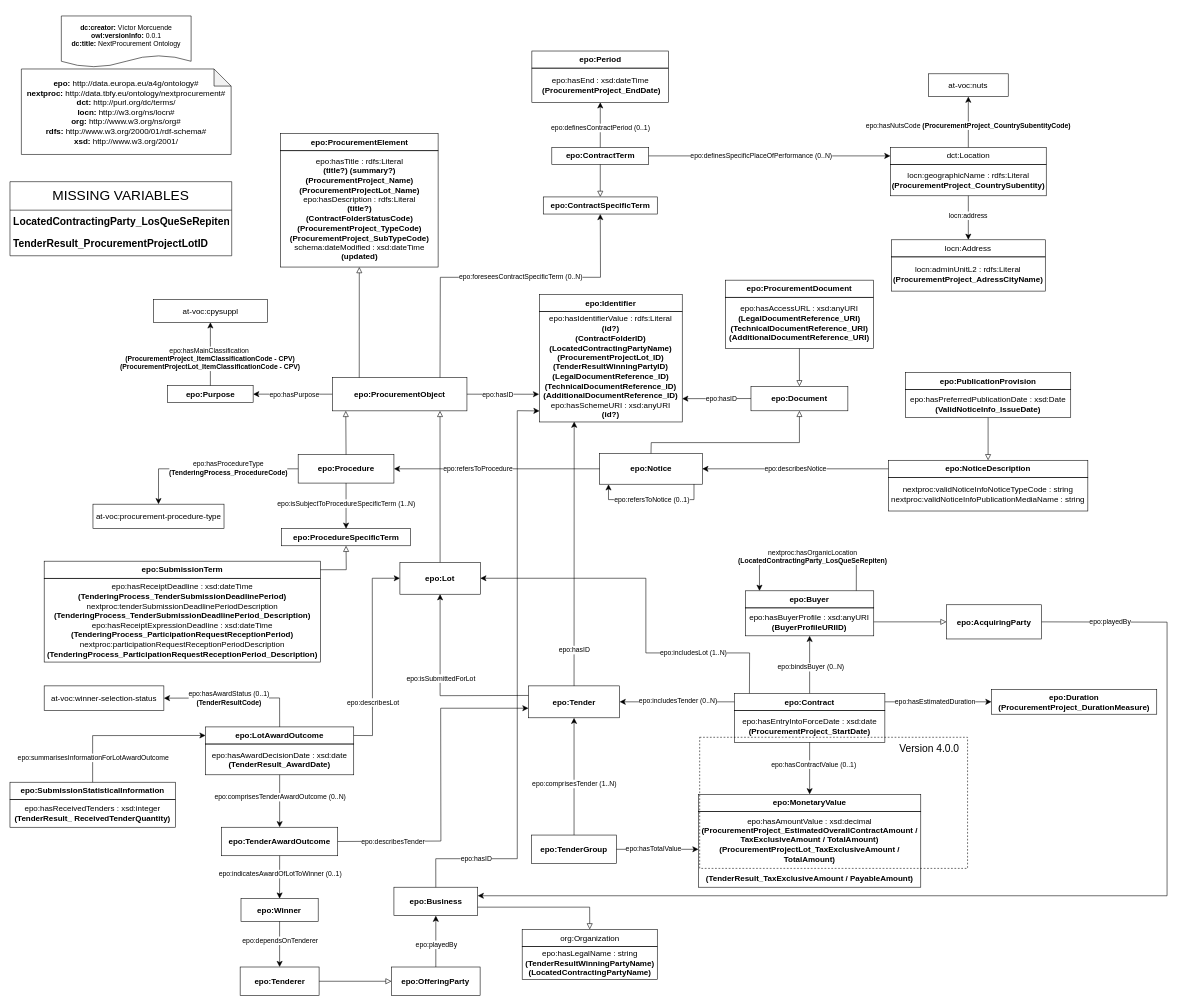
nextprocurement/mappings keeps this draw.io diagram as Outsiders Diagram.drawio. Above is the earlier version. Source tidied: cells renumbered, new cells numbered last; positions are measured from the earlier drawing's top-left corner, leaving out a move shared by most shapes. Both pictures are drawn from the tidied source at 57%, with x=0, y=0 at pixel (10, 16).
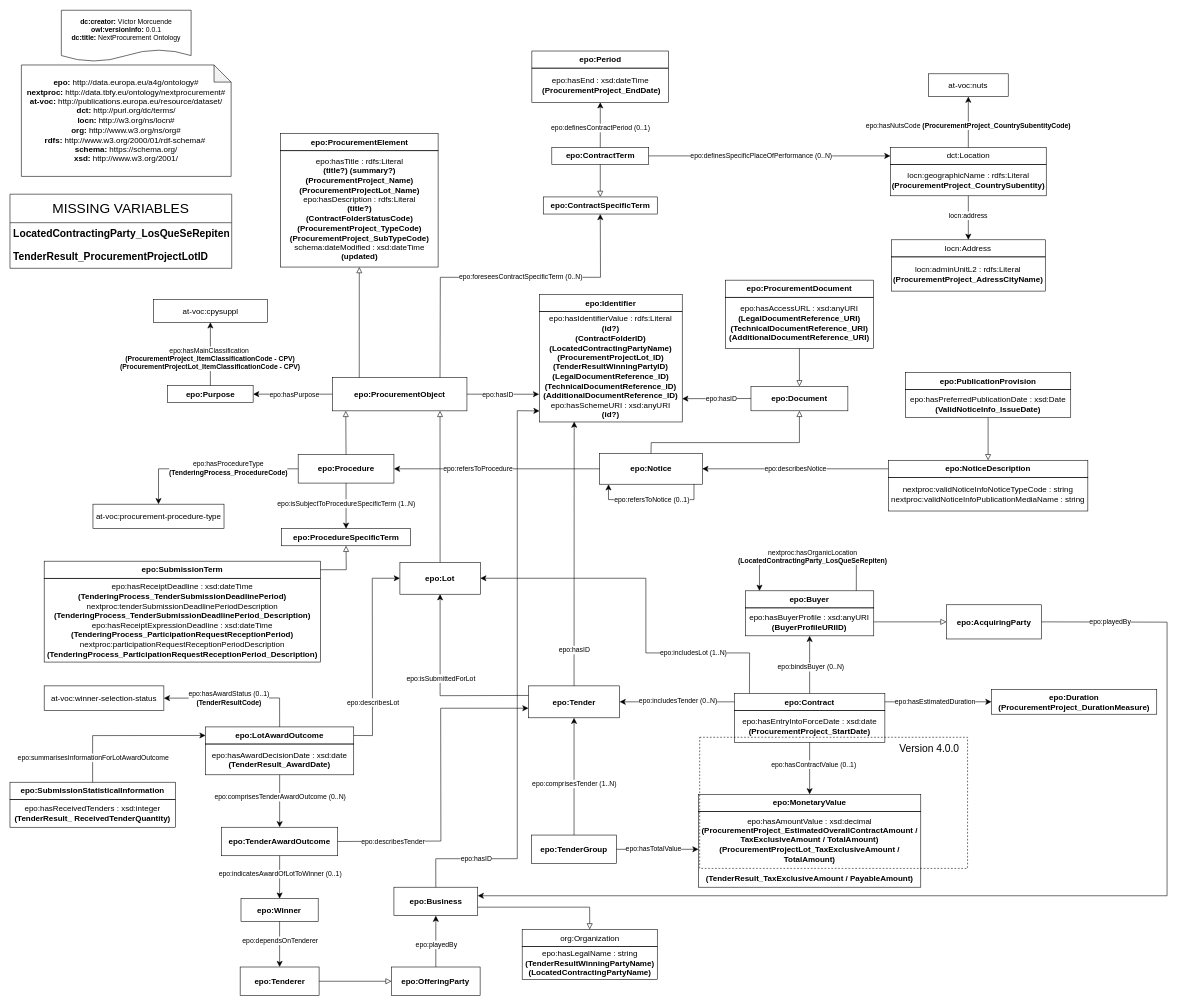
After the change.

Diff of the diagram source:
```diff
@@
     <mxCell id="3" value="&lt;div&gt;&lt;b&gt;dc:creator:&lt;/b&gt;&amp;nbsp;Víctor Morcuende&lt;/div&gt;&lt;div&gt;&lt;b&gt;owl:versionInfo:&lt;/b&gt;&amp;nbsp;0.0.1&lt;/div&gt;&lt;div&gt;&lt;b&gt;dc:title:&lt;/b&gt;&amp;nbsp;NextProcurement Ontology&lt;/div&gt;" style="shape=document;whiteSpace=wrap;html=1;boundedLbl=1;labelBackgroundColor=#ffffff;strokeColor=#000000;fontSize=12;fontColor=#000000;size=0.23333333333333334;fillColor=none;" parent="1" vertex="1">
-      <mxGeometry x="90.1" y="-0.5" width="227.7" height="90" as="geometry" />
+      <mxGeometry x="90.1" y="-10.5" width="227.7" height="90" as="geometry" />
     </mxCell>
-    <mxCell id="4" value="&lt;div&gt;&lt;b style=&quot;background-color: initial; border-color: var(--border-color);&quot;&gt;epo:&amp;nbsp;&lt;/b&gt;&lt;span style=&quot;background-color: initial;&quot;&gt;http://data.europa.eu/a4g/ontology#&lt;/span&gt;&lt;br&gt;&lt;/div&gt;&lt;div&gt;&lt;div style=&quot;border-color: var(--border-color);&quot;&gt;&lt;b style=&quot;border-color: var(--border-color); background-color: initial; text-align: start; caret-color: rgb(0, 0, 0);&quot;&gt;nextproc:&lt;/b&gt;&amp;nbsp;http://data.tbfy.eu/ontology/nextprocurement#&lt;br style=&quot;border-color: var(--border-color);&quot;&gt;&lt;/div&gt;&lt;/div&gt;&lt;div&gt;&lt;span style=&quot;border-color: var(--border-color); background-color: initial;&quot;&gt;&lt;div style=&quot;border-color: var(--border-color);&quot;&gt;&lt;b style=&quot;border-color: var(--border-color);&quot;&gt;dct:&amp;nbsp;&lt;/b&gt;http://purl.org/dc/terms/&lt;/div&gt;&lt;div style=&quot;border-color: var(--border-color);&quot;&gt;&lt;b&gt;locn: &lt;/b&gt;http://w3.org/ns/locn#&lt;/div&gt;&lt;div style=&quot;border-color: var(--border-color);&quot;&gt;&lt;b&gt;org: &lt;/b&gt;http://www.w3.org/ns/org#&lt;/div&gt;&lt;/span&gt;&lt;/div&gt;&lt;div&gt;&lt;b style=&quot;border-color: var(--border-color); background-color: initial;&quot;&gt;rdfs:&amp;nbsp;&lt;/b&gt;http://www.w3.org/2000/01/rdf-schema#&lt;/div&gt;&lt;div&gt;&lt;b style=&quot;background-color: initial;&quot;&gt;xsd: &lt;/b&gt;&lt;span style=&quot;background-color: initial;&quot;&gt;http://www.w3.org/2001/&lt;/span&gt;&lt;br&gt;&lt;/div&gt;" style="shape=note;whiteSpace=wrap;html=1;backgroundOutline=1;darkOpacity=0.05;fontSize=14;fillColor=none;align=center;" parent="1" vertex="1">
-      <mxGeometry x="20" y="92.5" width="368" height="150" as="geometry" />
+    <mxCell id="4" value="&lt;div&gt;&lt;div style=&quot;border-color: var(--border-color);&quot;&gt;&lt;b style=&quot;border-color: var(--border-color); background-color: initial;&quot;&gt;epo:&amp;nbsp;&lt;/b&gt;http://data.europa.eu/a4g/ontology#&lt;br style=&quot;border-color: var(--border-color);&quot;&gt;&lt;/div&gt;&lt;div style=&quot;border-color: var(--border-color);&quot;&gt;&lt;div style=&quot;border-color: var(--border-color);&quot;&gt;&lt;b style=&quot;border-color: var(--border-color); background-color: initial; text-align: start; caret-color: rgb(0, 0, 0);&quot;&gt;nextproc:&lt;/b&gt;&amp;nbsp;http://data.tbfy.eu/ontology/nextprocurement#&lt;br style=&quot;border-color: var(--border-color);&quot;&gt;&lt;/div&gt;&lt;/div&gt;&lt;div style=&quot;border-color: var(--border-color);&quot;&gt;&lt;b style=&quot;border-color: var(--border-color);&quot;&gt;at-voc:&amp;nbsp;&lt;/b&gt;http://publications.europa.eu/resource/dataset/&lt;br style=&quot;border-color: var(--border-color);&quot;&gt;&lt;/div&gt;&lt;div style=&quot;border-color: var(--border-color);&quot;&gt;&lt;span style=&quot;border-color: var(--border-color); background-color: initial;&quot;&gt;&lt;div style=&quot;border-color: var(--border-color);&quot;&gt;&lt;b style=&quot;border-color: var(--border-color);&quot;&gt;dct:&amp;nbsp;&lt;/b&gt;http://purl.org/dc/terms/&lt;/div&gt;&lt;div style=&quot;border-color: var(--border-color);&quot;&gt;&lt;b style=&quot;border-color: var(--border-color);&quot;&gt;locn:&amp;nbsp;&lt;/b&gt;http://w3.org/ns/locn#&lt;/div&gt;&lt;div style=&quot;border-color: var(--border-color);&quot;&gt;&lt;b style=&quot;border-color: var(--border-color);&quot;&gt;org:&amp;nbsp;&lt;/b&gt;http://www.w3.org/ns/org#&lt;/div&gt;&lt;/span&gt;&lt;/div&gt;&lt;div style=&quot;border-color: var(--border-color);&quot;&gt;&lt;b style=&quot;border-color: var(--border-color); background-color: initial;&quot;&gt;rdfs:&amp;nbsp;&lt;/b&gt;http://www.w3.org/2000/01/rdf-schema#&lt;b style=&quot;border-color: var(--border-color); background-color: initial;&quot;&gt;&amp;nbsp;&lt;/b&gt;&lt;/div&gt;&lt;b style=&quot;border-color: var(--border-color);&quot;&gt;schema:&amp;nbsp;&lt;/b&gt;https://schema.org/&lt;div style=&quot;border-color: var(--border-color);&quot;&gt;&lt;b style=&quot;border-color: var(--border-color); background-color: initial;&quot;&gt;xsd:&amp;nbsp;&lt;/b&gt;&lt;span style=&quot;border-color: var(--border-color); background-color: initial;&quot;&gt;http://www.w3.org/2001/&lt;/span&gt;&lt;/div&gt;&lt;/div&gt;" style="shape=note;whiteSpace=wrap;html=1;backgroundOutline=1;darkOpacity=0.05;fontSize=14;fillColor=none;align=center;" parent="1" vertex="1">
+      <mxGeometry x="20" y="85.5" width="368" height="195.5" as="geometry" />
     </mxCell>
@@
     <mxCell id="40" value="&lt;font style=&quot;font-size: 24px;&quot;&gt;MISSING VARIABLES&lt;/font&gt;" style="swimlane;fontStyle=0;horizontal=1;startSize=50;whiteSpace=wrap;html=1;" parent="1" vertex="1">
-      <mxGeometry y="290.2" width="389" height="130" as="geometry" />
+      <mxGeometry y="312.2" width="389" height="130" as="geometry" />
     </mxCell>
```
